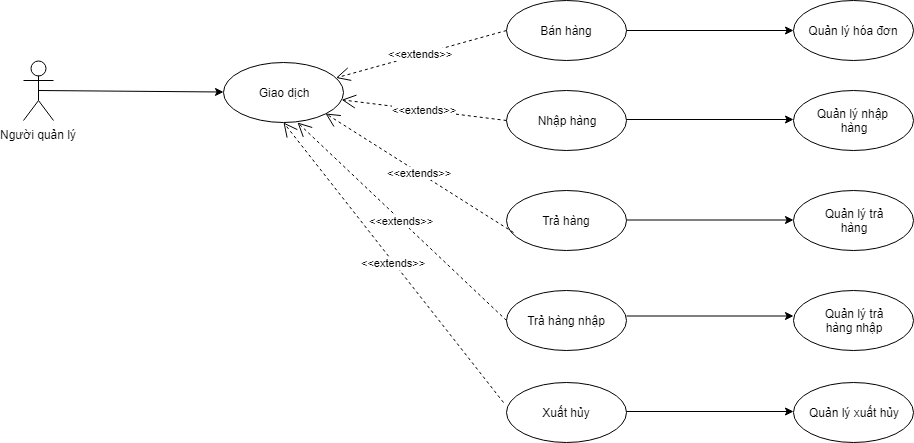
Linkadi98/Software-Requirement-Analystic keeps this draw.io diagram as UC diagrams/UC giao dịch.png. Above is the earlier version. Source tidied: cells renumbered, new cells last; positions are measured from the earlier drawing's top-left corner, leaving out a move shared by most shapes.
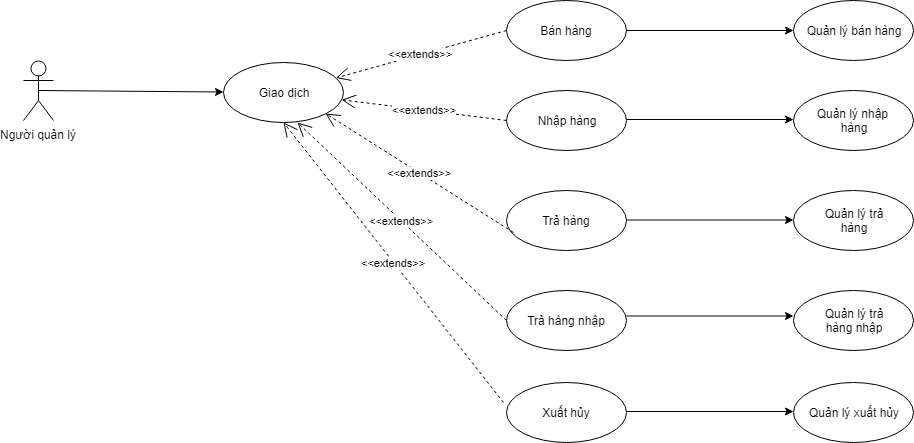
Later version of the same file.

Diff of the diagram source:
```diff
@@ -29,7 +29,7 @@
     <mxCell id="10" style="endArrow=classic;html=1;exitX=0.5;exitY=0.5;exitDx=0;exitDy=0;exitPerimeter=0;" parent="1" edge="1" source="2" target="3">
       <mxGeometry relative="1" as="geometry" />
     </mxCell>
-    <mxCell id="11" value="Quản lý hóa đơn&lt;br&gt;" style="ellipse;whiteSpace=wrap;html=1;" parent="1" vertex="1">
+    <mxCell id="11" value="Quản lý bán hàng&lt;br&gt;" style="ellipse;whiteSpace=wrap;html=1;" parent="1" vertex="1">
       <mxGeometry x="770" width="120" height="60" as="geometry" />
     </mxCell>
     <mxCell id="12" value="Quản lý nhập&amp;nbsp;&lt;br&gt;hàng&lt;br&gt;" style="ellipse;whiteSpace=wrap;html=1;" parent="1" vertex="1">
```
